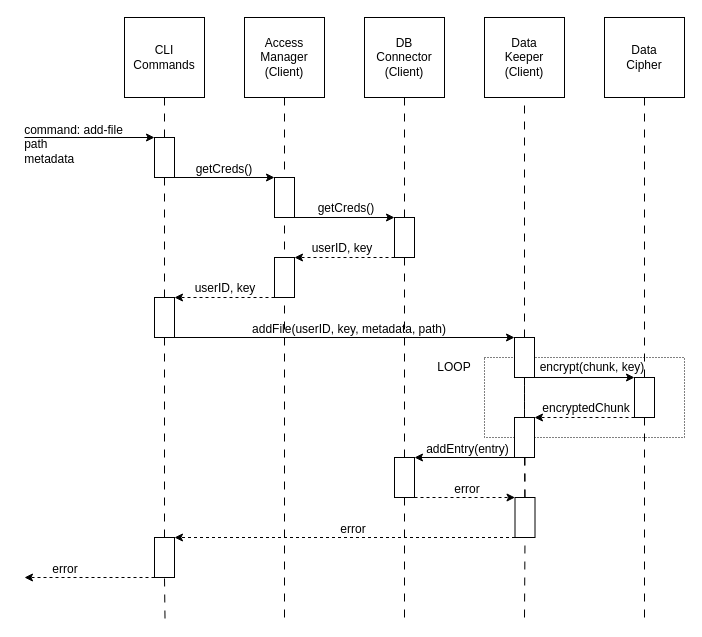
This is docs/add_file.drawio from ruskiiamov/gophkeeper, a draw.io file, before an edit. Source tidied: cells renumbered, new cells numbered last; positions are measured from the earlier drawing's top-left corner, leaving out a move shared by most shapes. Both pictures are drawn from the tidied source at 100%, with x=0, y=0 at pixel (21, 17).
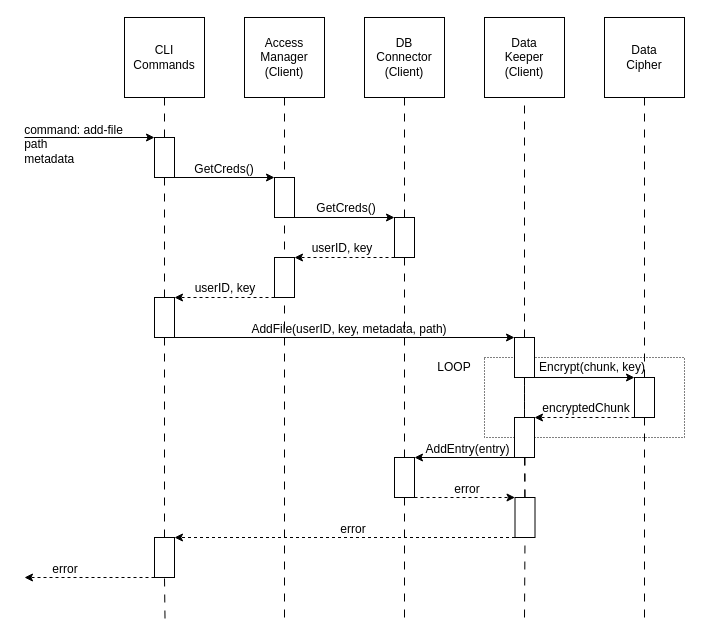
The same page after the edit.

Change to the diagram source:
```diff
@@
-    <mxCell id="20" value="getCreds()" style="text;strokeColor=none;align=center;fillColor=none;html=1;verticalAlign=middle;whiteSpace=wrap;rounded=0;" parent="1" vertex="1">
+    <mxCell id="20" value="GetCreds()" style="text;strokeColor=none;align=center;fillColor=none;html=1;verticalAlign=middle;whiteSpace=wrap;rounded=0;" parent="1" vertex="1">
       <mxGeometry x="173" y="137" width="60" height="30" as="geometry" />
     </mxCell>
@@
-    <mxCell id="40" value="getCreds()" style="text;strokeColor=none;align=center;fillColor=none;html=1;verticalAlign=middle;whiteSpace=wrap;rounded=0;" parent="1" vertex="1">
+    <mxCell id="40" value="GetCreds()" style="text;strokeColor=none;align=center;fillColor=none;html=1;verticalAlign=middle;whiteSpace=wrap;rounded=0;" parent="1" vertex="1">
       <mxGeometry x="294.5" y="176" width="60" height="30" as="geometry" />
     </mxCell>
-    <mxCell id="41" value="addFile(userID, key, metadata, path)" style="text;html=1;strokeColor=none;fillColor=none;align=center;verticalAlign=middle;whiteSpace=wrap;rounded=0;" parent="1" vertex="1">
+    <mxCell id="41" value="AddFile(userID, key, metadata, path)" style="text;html=1;strokeColor=none;fillColor=none;align=center;verticalAlign=middle;whiteSpace=wrap;rounded=0;" parent="1" vertex="1">
       <mxGeometry x="198" y="297" width="260" height="30" as="geometry" />
     </mxCell>
-    <mxCell id="42" value="encrypt(chunk, key)" style="text;html=1;strokeColor=none;fillColor=none;align=center;verticalAlign=middle;whiteSpace=wrap;rounded=0;" parent="1" vertex="1">
+    <mxCell id="42" value="Encrypt(chunk, key)" style="text;html=1;strokeColor=none;fillColor=none;align=center;verticalAlign=middle;whiteSpace=wrap;rounded=0;" parent="1" vertex="1">
       <mxGeometry x="503" y="335" width="136" height="30" as="geometry" />
     </mxCell>
-    <mxCell id="43" value="addEntry(entry)" style="text;html=1;strokeColor=none;fillColor=none;align=center;verticalAlign=middle;whiteSpace=wrap;rounded=0;" parent="1" vertex="1">
+    <mxCell id="43" value="AddEntry(entry)" style="text;html=1;strokeColor=none;fillColor=none;align=center;verticalAlign=middle;whiteSpace=wrap;rounded=0;" parent="1" vertex="1">
       <mxGeometry x="370" y="417" width="153" height="30" as="geometry" />
     </mxCell>
```
